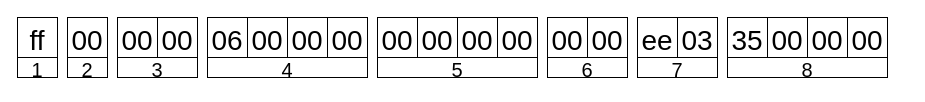
Before: page "DVRIP/Sofia Message Header" (1 of 5) of dissector/images/DVRIP_Sofia_headers.drawio in KostasEreksonas/Besder-6024PB-XMA501-ip-camera-security-investigation, a draw.io diagram. Source tidied: cells renumbered, new cells numbered last; positions are measured from the earlier drawing's top-left corner, leaving out a move shared by most shapes. Both pictures are drawn from the tidied source at 100%, with x=0, y=0 at pixel (17, 17).
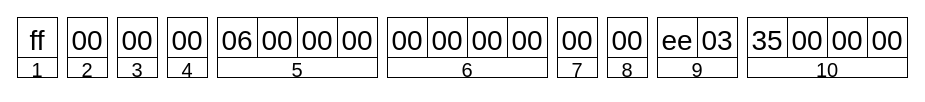
The same diagram, later.

Commit message (it also covers changes not shown here):
Updated description of DVRIP/Sofia header; Save audio frames to a single stream; Moved some code to separate functions

Change to the diagram source:
```diff
@@
     <mxCell id="5" value="00" style="whiteSpace=wrap;html=1;fontSize=28;verticalAlign=top;" parent="1" vertex="1">
-      <mxGeometry x="140" width="40" height="40" as="geometry" />
+      <mxGeometry x="150" width="40" height="40" as="geometry" />
     </mxCell>
     <mxCell id="6" value="06" style="whiteSpace=wrap;html=1;fontSize=28;verticalAlign=top;" parent="1" vertex="1">
-      <mxGeometry x="190" width="40" height="40" as="geometry" />
+      <mxGeometry x="200" width="40" height="40" as="geometry" />
     </mxCell>
     <mxCell id="7" value="00" style="whiteSpace=wrap;html=1;fontSize=28;verticalAlign=top;" parent="1" vertex="1">
-      <mxGeometry x="230" width="40" height="40" as="geometry" />
+      <mxGeometry x="240" width="40" height="40" as="geometry" />
     </mxCell>
     <mxCell id="8" value="00" style="whiteSpace=wrap;html=1;fontSize=28;verticalAlign=top;" parent="1" vertex="1">
-      <mxGeometry x="270" width="40" height="40" as="geometry" />
+      <mxGeometry x="280" width="40" height="40" as="geometry" />
     </mxCell>
     <mxCell id="9" value="00" style="whiteSpace=wrap;html=1;fontSize=28;verticalAlign=top;" parent="1" vertex="1">
-      <mxGeometry x="310" width="40" height="40" as="geometry" />
+      <mxGeometry x="320" width="40" height="40" as="geometry" />
     </mxCell>
     <mxCell id="10" value="00" style="whiteSpace=wrap;html=1;fontSize=28;verticalAlign=top;" parent="1" vertex="1">
-      <mxGeometry x="360" width="40" height="40" as="geometry" />
+      <mxGeometry x="370" width="40" height="40" as="geometry" />
     </mxCell>
     <mxCell id="11" value="00" style="whiteSpace=wrap;html=1;fontSize=28;verticalAlign=top;" parent="1" vertex="1">
-      <mxGeometry x="400" width="40" height="40" as="geometry" />
+      <mxGeometry x="410" width="40" height="40" as="geometry" />
     </mxCell>
     <mxCell id="12" value="00" style="whiteSpace=wrap;html=1;fontSize=28;verticalAlign=top;" parent="1" vertex="1">
-      <mxGeometry x="440" width="40" height="40" as="geometry" />
+      <mxGeometry x="450" width="40" height="40" as="geometry" />
     </mxCell>
     <mxCell id="13" value="00" style="whiteSpace=wrap;html=1;fontSize=28;verticalAlign=top;" parent="1" vertex="1">
-      <mxGeometry x="480" width="40" height="40" as="geometry" />
+      <mxGeometry x="490" width="40" height="40" as="geometry" />
     </mxCell>
     <mxCell id="14" value="00" style="whiteSpace=wrap;html=1;fontSize=28;verticalAlign=top;" parent="1" vertex="1">
-      <mxGeometry x="530" width="40" height="40" as="geometry" />
+      <mxGeometry x="540" width="40" height="40" as="geometry" />
     </mxCell>
     <mxCell id="15" value="00" style="whiteSpace=wrap;html=1;fontSize=28;verticalAlign=top;" parent="1" vertex="1">
-      <mxGeometry x="570" width="40" height="40" as="geometry" />
+      <mxGeometry x="590" width="40" height="40" as="geometry" />
     </mxCell>
     <mxCell id="16" value="ee" style="whiteSpace=wrap;html=1;fontSize=28;verticalAlign=top;" parent="1" vertex="1">
-      <mxGeometry x="620" width="40" height="40" as="geometry" />
+      <mxGeometry x="640" width="40" height="40" as="geometry" />
     </mxCell>
     <mxCell id="17" value="03" style="whiteSpace=wrap;html=1;fontSize=28;verticalAlign=top;" parent="1" vertex="1">
-      <mxGeometry x="660" width="40" height="40" as="geometry" />
+      <mxGeometry x="680" width="40" height="40" as="geometry" />
     </mxCell>
     <mxCell id="18" value="35" style="whiteSpace=wrap;html=1;fontSize=28;verticalAlign=top;" parent="1" vertex="1">
-      <mxGeometry x="710" width="40" height="40" as="geometry" />
+      <mxGeometry x="730" width="40" height="40" as="geometry" />
     </mxCell>
     <mxCell id="19" value="00" style="whiteSpace=wrap;html=1;fontSize=28;verticalAlign=top;" parent="1" vertex="1">
-      <mxGeometry x="750" width="40" height="40" as="geometry" />
+      <mxGeometry x="770" width="40" height="40" as="geometry" />
     </mxCell>
     <mxCell id="20" value="00" style="whiteSpace=wrap;html=1;fontSize=28;verticalAlign=top;" parent="1" vertex="1">
-      <mxGeometry x="790" width="40" height="40" as="geometry" />
+      <mxGeometry x="810" width="40" height="40" as="geometry" />
     </mxCell>
     <mxCell id="21" value="00" style="whiteSpace=wrap;html=1;fontSize=28;verticalAlign=top;" parent="1" vertex="1">
-      <mxGeometry x="830" width="40" height="40" as="geometry" />
+      <mxGeometry x="850" width="40" height="40" as="geometry" />
     </mxCell>
@@
     <mxCell id="24" value="&lt;font style=&quot;font-size: 20px;&quot;&gt;3&lt;/font&gt;" style="whiteSpace=wrap;html=1;fontSize=28;verticalAlign=middle;imageAspect=1;imageHeight=12;" parent="1" vertex="1">
-      <mxGeometry x="100" y="40" width="80" height="20" as="geometry" />
+      <mxGeometry x="100" y="40" width="40" height="20" as="geometry" />
     </mxCell>
     <mxCell id="25" value="&lt;font style=&quot;font-size: 20px;&quot;&gt;4&lt;/font&gt;" style="whiteSpace=wrap;html=1;fontSize=28;verticalAlign=middle;imageAspect=1;imageHeight=12;" parent="1" vertex="1">
-      <mxGeometry x="190" y="40" width="160" height="20" as="geometry" />
+      <mxGeometry x="150" y="40" width="40" height="20" as="geometry" />
     </mxCell>
     <mxCell id="26" value="&lt;font style=&quot;font-size: 20px;&quot;&gt;5&lt;/font&gt;" style="whiteSpace=wrap;html=1;fontSize=28;verticalAlign=middle;imageAspect=1;imageHeight=12;" parent="1" vertex="1">
-      <mxGeometry x="360" y="40" width="160" height="20" as="geometry" />
+      <mxGeometry x="200" y="40" width="160" height="20" as="geometry" />
     </mxCell>
     <mxCell id="27" value="&lt;font style=&quot;font-size: 20px;&quot;&gt;6&lt;/font&gt;" style="whiteSpace=wrap;html=1;fontSize=28;verticalAlign=middle;imageAspect=1;imageHeight=12;" parent="1" vertex="1">
-      <mxGeometry x="530" y="40" width="80" height="20" as="geometry" />
+      <mxGeometry x="370" y="40" width="160" height="20" as="geometry" />
     </mxCell>
     <mxCell id="28" value="&lt;font style=&quot;font-size: 20px;&quot;&gt;7&lt;/font&gt;" style="whiteSpace=wrap;html=1;fontSize=28;verticalAlign=middle;imageAspect=1;imageHeight=12;" parent="1" vertex="1">
-      <mxGeometry x="620" y="40" width="80" height="20" as="geometry" />
+      <mxGeometry x="540" y="40" width="40" height="20" as="geometry" />
     </mxCell>
     <mxCell id="29" value="&lt;font style=&quot;font-size: 20px;&quot;&gt;8&lt;/font&gt;" style="whiteSpace=wrap;html=1;fontSize=28;verticalAlign=middle;imageAspect=1;imageHeight=12;" parent="1" vertex="1">
-      <mxGeometry x="710" y="40" width="160" height="20" as="geometry" />
+      <mxGeometry x="590" y="40" width="40" height="20" as="geometry" />
     </mxCell>
+    <mxCell id="30" value="&lt;font style=&quot;font-size: 20px;&quot;&gt;9&lt;/font&gt;" style="whiteSpace=wrap;html=1;fontSize=28;verticalAlign=middle;imageAspect=1;imageHeight=12;" parent="1" vertex="1">
+      <mxGeometry x="640" y="40" width="80" height="20" as="geometry" />
+    </mxCell>
+    <mxCell id="31" value="&lt;font style=&quot;font-size: 20px;&quot;&gt;10&lt;/font&gt;" style="whiteSpace=wrap;html=1;fontSize=28;verticalAlign=middle;imageAspect=1;imageHeight=12;" parent="1" vertex="1">
+      <mxGeometry x="730" y="40" width="160" height="20" as="geometry" />
+    </mxCell>
```
